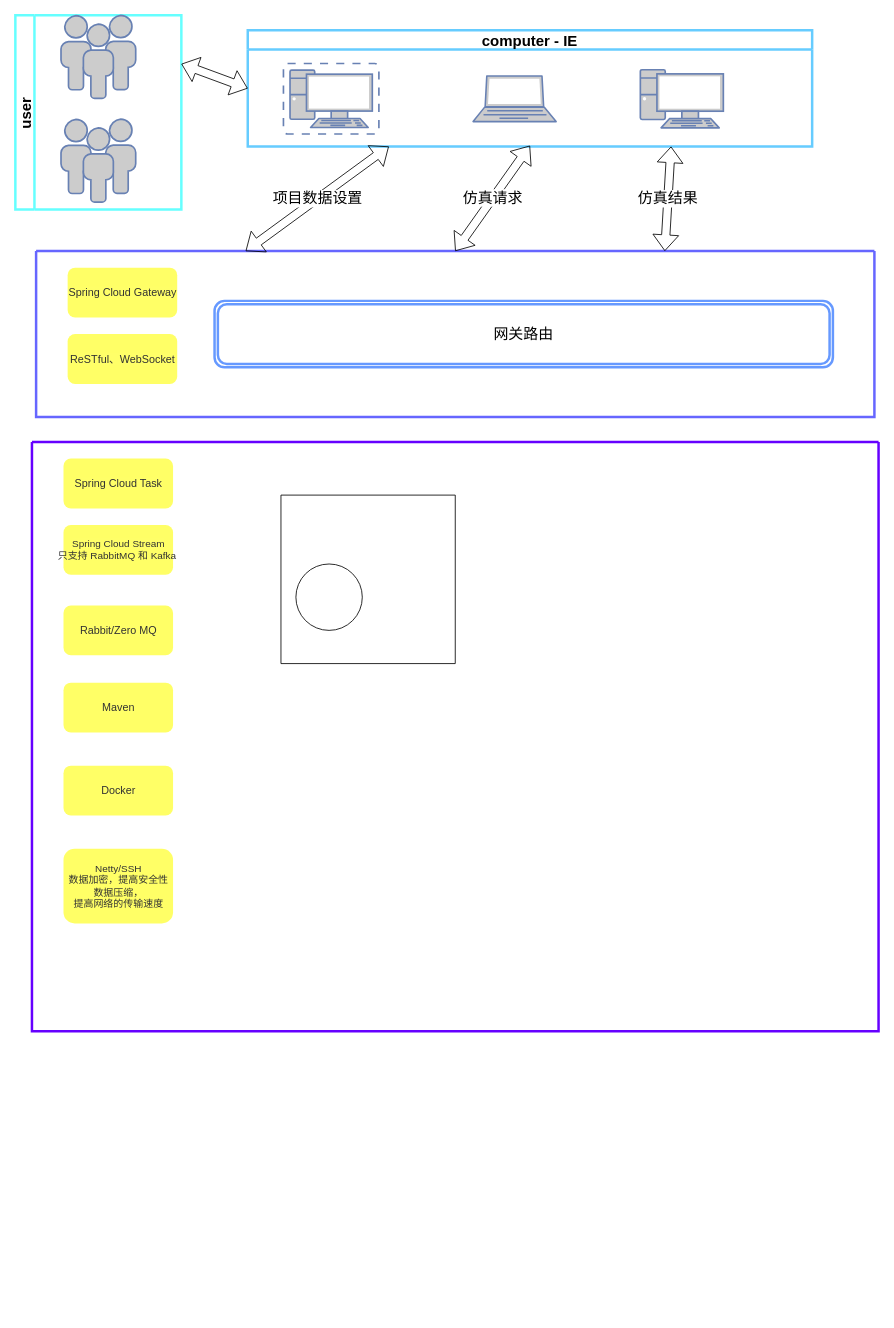
yezhen701/VTCAD keeps this draw.io diagram as doc/Untitled Diagram.drawio. Above is the earlier version. Source tidied: cells renumbered, new cells numbered last; positions are measured from the earlier drawing's top-left corner, leaving out a move shared by most shapes. Both pictures are drawn from the tidied source at 83%, with x=0, y=0 at pixel (15, 15).
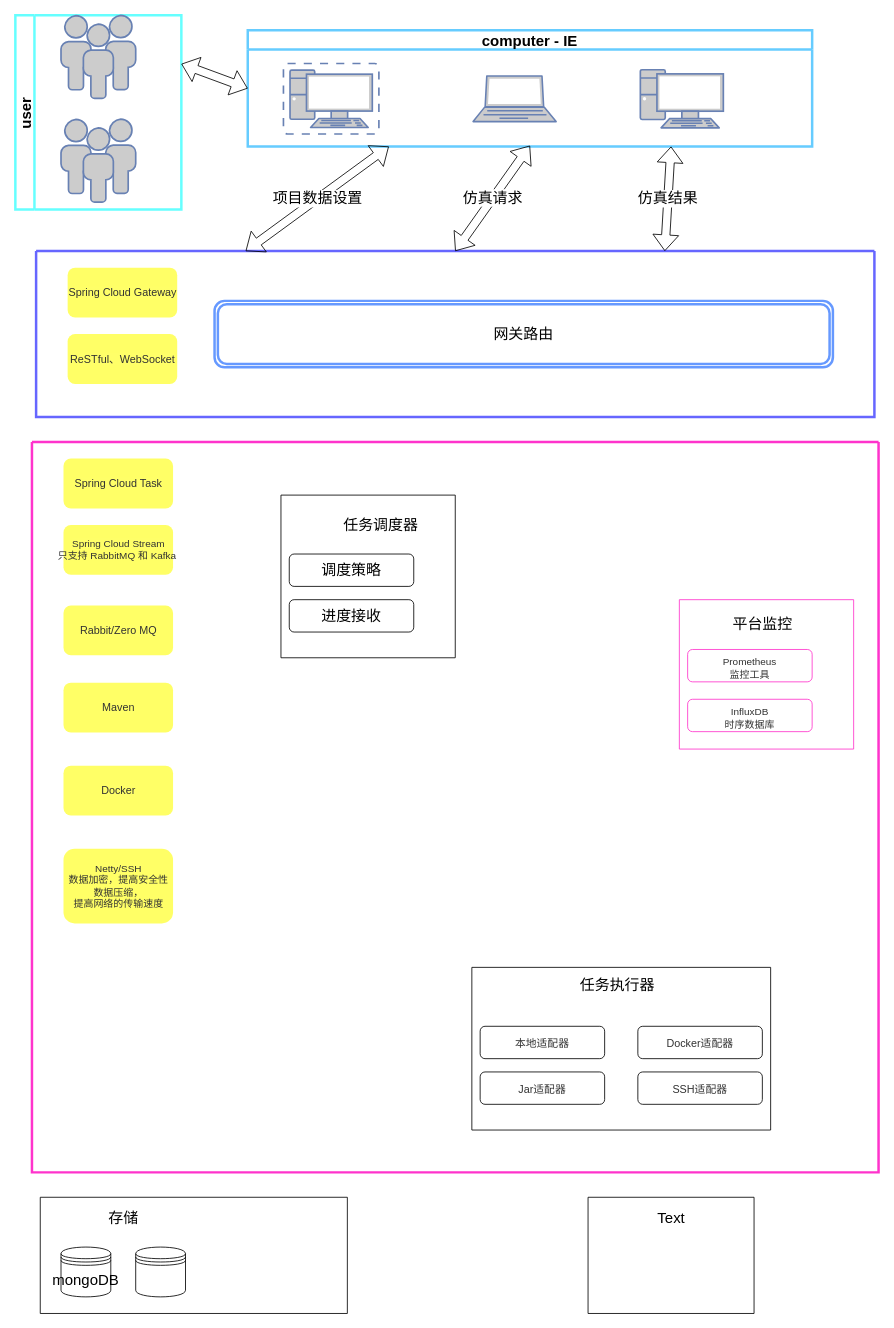
After the change.

Change to the diagram source:
```diff
@@
-    <mxCell id="17" style="swimlane;startSize=0;fontSize=18;strokeColor=#6600ff;strokeWidth=3;" parent="1" vertex="1">
-      <mxGeometry x="20" y="514" width="1020" height="710" as="geometry" />
+    <mxCell id="17" style="swimlane;startSize=0;fontSize=18;strokeColor=#ff33cc;strokeWidth=3;" parent="1" vertex="1">
+      <mxGeometry x="20" y="514" width="1020" height="880" as="geometry" />
     </mxCell>
@@
     <mxCell id="24" style="swimlane;startSize=0;fontSize=18;" parent="17" vertex="1">
-      <mxGeometry x="300" y="64" width="210" height="203" as="geometry" />
+      <mxGeometry x="300" y="64" width="210" height="196" as="geometry" />
     </mxCell>
-    <mxCell id="25" style="ellipse;whiteSpace=wrap;html=1;fontSize=18;" parent="24" vertex="1">
-      <mxGeometry x="18" y="83" width="80" height="80" as="geometry" />
-    </mxCell>
+    <mxCell id="26" value="调度策略" style="rounded=1;whiteSpace=wrap;html=1;fontSize=18;" parent="24" vertex="1">
+      <mxGeometry x="10" y="71" width="150" height="39" as="geometry" />
+    </mxCell>
+    <mxCell id="27" value="进度接收" style="rounded=1;whiteSpace=wrap;html=1;fontSize=18;" parent="24" vertex="1">
+      <mxGeometry x="10" y="126" width="150" height="39" as="geometry" />
+    </mxCell>
+    <mxCell id="28" style="swimlane;startSize=0;fontSize=18;strokeColor=#ff33cc;" parent="17" vertex="1">
+      <mxGeometry x="780" y="190" width="210" height="180" as="geometry" />
+    </mxCell>
+    <mxCell id="29" value="&lt;span style=&quot;color: rgb(50 , 50 , 50) ; font-size: 12px ; background-color: rgba(255 , 255 , 255 , 0.01)&quot;&gt;InfluxDB&lt;/span&gt;&lt;div style=&quot;resize: none ; outline: none ; font-size: 12px ; color: rgb(50 , 50 , 50)&quot;&gt;时序数据库&lt;/div&gt;" style="rounded=1;whiteSpace=wrap;html=1;fontSize=18;strokeColor=#ff33cc;" parent="28" vertex="1">
+      <mxGeometry x="10" y="120" width="150" height="39" as="geometry" />
+    </mxCell>
+    <mxCell id="30" value="&lt;span style=&quot;color: rgb(50 , 50 , 50) ; font-size: 12px ; background-color: rgba(255 , 255 , 255 , 0.01)&quot;&gt;Prometheus&lt;/span&gt;&lt;div style=&quot;resize: none ; outline: none ; font-size: 12px ; color: rgb(50 , 50 , 50)&quot;&gt;监控工具&lt;/div&gt;" style="rounded=1;whiteSpace=wrap;html=1;fontSize=18;strokeColor=#ff33cc;" parent="28" vertex="1">
+      <mxGeometry x="10" y="60" width="150" height="39" as="geometry" />
+    </mxCell>
+    <mxCell id="31" style="swimlane;startSize=0;fontSize=18;" parent="17" vertex="1">
+      <mxGeometry x="530" y="633" width="360" height="196" as="geometry" />
+    </mxCell>
+    <mxCell id="32" value="&lt;span style=&quot;color: rgb(50 , 50 , 50) ; font-size: 13px ; background-color: rgba(255 , 255 , 255 , 0.01)&quot;&gt;本地适配器&lt;/span&gt;" style="rounded=1;whiteSpace=wrap;html=1;fontSize=18;" parent="31" vertex="1">
+      <mxGeometry x="10" y="71" width="150" height="39" as="geometry" />
+    </mxCell>
+    <mxCell id="33" value="&lt;span style=&quot;color: rgb(50 , 50 , 50) ; font-size: 13px ; background-color: rgba(255 , 255 , 255 , 0.01)&quot;&gt;Jar适配器&lt;/span&gt;" style="rounded=1;whiteSpace=wrap;html=1;fontSize=18;" parent="31" vertex="1">
+      <mxGeometry x="10" y="126" width="150" height="39" as="geometry" />
+    </mxCell>
+    <mxCell id="34" value="&lt;span style=&quot;color: rgb(50 , 50 , 50) ; font-size: 13px ; background-color: rgba(255 , 255 , 255 , 0.01)&quot;&gt;Docker适配器&lt;/span&gt;" style="rounded=1;whiteSpace=wrap;html=1;fontSize=18;" parent="31" vertex="1">
+      <mxGeometry x="200" y="71" width="150" height="39" as="geometry" />
+    </mxCell>
+    <mxCell id="35" value="&lt;span style=&quot;color: rgb(50 , 50 , 50) ; font-size: 13px ; background-color: rgba(255 , 255 , 255 , 0.01)&quot;&gt;SSH适配器&lt;/span&gt;" style="rounded=1;whiteSpace=wrap;html=1;fontSize=18;" parent="31" vertex="1">
+      <mxGeometry x="200" y="126" width="150" height="39" as="geometry" />
+    </mxCell>
+    <mxCell id="36" value="任务执行器" style="text;html=1;align=center;verticalAlign=middle;strokeColor=none;fillColor=none;fontSize=18;" parent="31" vertex="1">
+      <mxGeometry x="120" y="7" width="110" height="30" as="geometry" />
+    </mxCell>
+    <mxCell id="37" value="任务调度器" style="text;html=1;align=center;verticalAlign=middle;strokeColor=none;fillColor=none;fontSize=18;" parent="1" vertex="1">
+      <mxGeometry x="385" y="599" width="110" height="30" as="geometry" />
+    </mxCell>
+    <mxCell id="38" value="平台监控" style="text;html=1;align=center;verticalAlign=middle;strokeColor=none;fillColor=none;fontSize=18;" parent="1" vertex="1">
+      <mxGeometry x="855" y="719" width="90" height="30" as="geometry" />
+    </mxCell>
+    <mxCell id="39" style="swimlane;startSize=0;fontSize=18;" parent="1" vertex="1">
+      <mxGeometry x="30" y="1424" width="370" height="140" as="geometry" />
+    </mxCell>
+    <mxCell id="40" value="存储" style="text;html=1;align=center;verticalAlign=middle;strokeColor=none;fillColor=none;fontSize=18;" parent="39" vertex="1">
+      <mxGeometry x="75" y="10" width="50" height="30" as="geometry" />
+    </mxCell>
+    <mxCell id="41" value="mongoDB" style="shape=datastore;whiteSpace=wrap;html=1;fontSize=18;" parent="39" vertex="1">
+      <mxGeometry x="25" y="60" width="60" height="60" as="geometry" />
+    </mxCell>
+    <mxCell id="42" style="shape=datastore;whiteSpace=wrap;html=1;fontSize=18;" parent="39" vertex="1">
+      <mxGeometry x="115" y="60" width="60" height="60" as="geometry" />
+    </mxCell>
+    <mxCell id="43" style="swimlane;startSize=0;fontSize=18;" parent="1" vertex="1">
+      <mxGeometry x="690" y="1424" width="200" height="140" as="geometry" />
+    </mxCell>
+    <mxCell id="44" value="Text" style="text;html=1;align=center;verticalAlign=middle;strokeColor=none;fillColor=none;fontSize=18;" parent="43" vertex="1">
+      <mxGeometry x="80" y="15" width="40" height="20" as="geometry" />
+    </mxCell>
```
